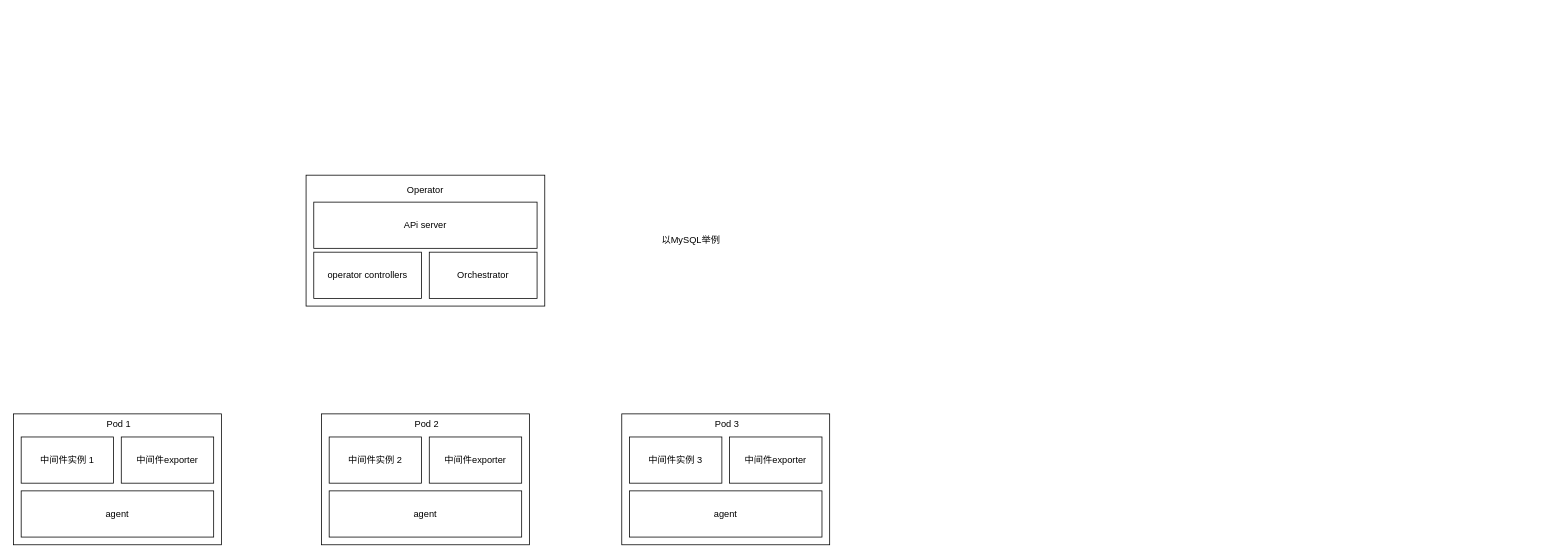
Before: Untitled Diagram.drawio in spiswe/scripts, a draw.io diagram. Source tidied: cells renumbered, new cells numbered last; positions are measured from the earlier drawing's top-left corner, leaving out a move shared by most shapes. Both pictures are drawn from the tidied source at 77%, with x=0, y=0 at pixel (13, 175).
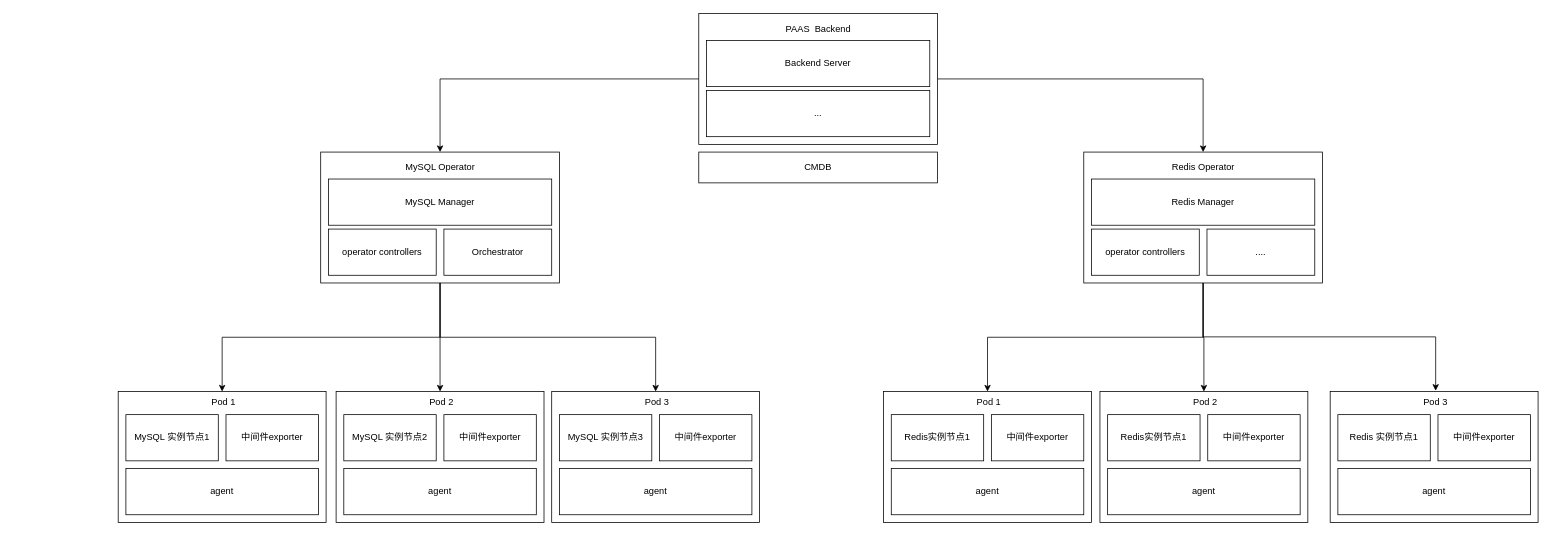
The same diagram, later.

The change refers to these unchanged cells:
```xml
<mxCell id="3" style="rounded=0;whiteSpace=wrap;html=1;" parent="2" vertex="1">
  <mxGeometry y="1" width="270" height="170" as="geometry" />
</mxCell>
<mxCell id="9" style="rounded=0;whiteSpace=wrap;html=1;" parent="8" vertex="1">
  <mxGeometry y="1" width="270" height="170" as="geometry" />
</mxCell>
<mxCell id="15" style="rounded=0;whiteSpace=wrap;html=1;" parent="14" vertex="1">
  <mxGeometry y="1" width="270" height="170" as="geometry" />
</mxCell>
<mxCell id="22" style="rounded=0;whiteSpace=wrap;html=1;" parent="21" vertex="1">
  <mxGeometry width="310" height="170" as="geometry" />
</mxCell>
```

The edit, as a diff of the source:
```diff
@@
     <mxCell id="2" style="group;" parent="1" vertex="1">
-      <mxGeometry y="309" width="270" height="171" as="geometry" />
+      <mxGeometry x="136" y="280" width="270" height="171" as="geometry" />
     </mxCell>
@@
-    <mxCell id="4" value="中间件实例 1" style="rounded=0;whiteSpace=wrap;html=1;" parent="2" vertex="1">
+    <mxCell id="4" value="MySQL 实例节点1" style="rounded=0;whiteSpace=wrap;html=1;" parent="2" vertex="1">
       <mxGeometry x="10" y="31" width="120" height="60" as="geometry" />
     </mxCell>
@@
     <mxCell id="8" style="group;" parent="1" vertex="1">
-      <mxGeometry x="400" y="309" width="270" height="171" as="geometry" />
+      <mxGeometry x="419" y="280" width="270" height="171" as="geometry" />
     </mxCell>
@@
-    <mxCell id="10" value="中间件实例 2" style="rounded=0;whiteSpace=wrap;html=1;" parent="8" vertex="1">
+    <mxCell id="10" value="MySQL 实例节点2" style="rounded=0;whiteSpace=wrap;html=1;" parent="8" vertex="1">
       <mxGeometry x="10" y="31" width="120" height="60" as="geometry" />
     </mxCell>
@@
     <mxCell id="14" style="group;" parent="1" vertex="1">
-      <mxGeometry x="790" y="309" width="270" height="171" as="geometry" />
+      <mxGeometry x="699" y="280" width="270" height="171" as="geometry" />
     </mxCell>
@@
-    <mxCell id="16" value="中间件实例 3" style="rounded=0;whiteSpace=wrap;html=1;" parent="14" vertex="1">
+    <mxCell id="16" value="MySQL 实例节点3" style="rounded=0;whiteSpace=wrap;html=1;" parent="14" vertex="1">
       <mxGeometry x="10" y="31" width="120" height="60" as="geometry" />
     </mxCell>
@@
-    <mxCell id="20" value="以MySQL举例" style="text;html=1;strokeColor=none;fillColor=none;align=center;verticalAlign=middle;whiteSpace=wrap;rounded=0;" parent="1" vertex="1">
-      <mxGeometry x="750" y="70" width="260" height="30" as="geometry" />
-    </mxCell>
     <mxCell id="21" style="group;" parent="1" vertex="1">
-      <mxGeometry x="380" width="310" height="170" as="geometry" />
+      <mxGeometry x="399" y="-30" width="310" height="170" as="geometry" />
     </mxCell>
@@
-    <mxCell id="25" value="APi server" style="rounded=0;whiteSpace=wrap;html=1;" parent="21" vertex="1">
+    <mxCell id="25" value="MySQL Manager" style="rounded=0;whiteSpace=wrap;html=1;" parent="21" vertex="1">
       <mxGeometry x="10" y="35" width="290" height="60" as="geometry" />
     </mxCell>
-    <mxCell id="26" value="Operator" style="text;html=1;strokeColor=none;fillColor=none;align=center;verticalAlign=middle;whiteSpace=wrap;rounded=0;" parent="21" vertex="1">
-      <mxGeometry x="125" y="5" width="60" height="30" as="geometry" />
+    <mxCell id="26" value="MySQL Operator" style="text;html=1;strokeColor=none;fillColor=none;align=center;verticalAlign=middle;whiteSpace=wrap;rounded=0;" parent="21" vertex="1">
+      <mxGeometry x="72.5" y="5" width="165" height="30" as="geometry" />
     </mxCell>
+    <mxCell id="27" style="group;" parent="1" vertex="1">
+      <mxGeometry x="890" y="-210" width="310" height="170" as="geometry" />
+    </mxCell>
+    <mxCell id="28" style="rounded=0;whiteSpace=wrap;html=1;" parent="27" vertex="1">
+      <mxGeometry width="310" height="170" as="geometry" />
+    </mxCell>
+    <mxCell id="29" value="..." style="rounded=0;whiteSpace=wrap;html=1;" parent="27" vertex="1">
+      <mxGeometry x="10" y="100" width="290" height="60" as="geometry" />
+    </mxCell>
+    <mxCell id="30" value="Backend Server" style="rounded=0;whiteSpace=wrap;html=1;" parent="27" vertex="1">
+      <mxGeometry x="10" y="35" width="290" height="60" as="geometry" />
+    </mxCell>
+    <mxCell id="31" value="PAAS &amp;nbsp;Backend" style="text;html=1;strokeColor=none;fillColor=none;align=center;verticalAlign=middle;whiteSpace=wrap;rounded=0;" parent="27" vertex="1">
+      <mxGeometry x="92.5" y="5" width="125" height="30" as="geometry" />
+    </mxCell>
+    <mxCell id="32" style="group;" parent="1" vertex="1">
+      <mxGeometry x="1390" y="-30" width="310" height="170" as="geometry" />
+    </mxCell>
+    <mxCell id="33" style="rounded=0;whiteSpace=wrap;html=1;" parent="32" vertex="1">
+      <mxGeometry width="310" height="170" as="geometry" />
+    </mxCell>
+    <mxCell id="34" value="operator controllers" style="rounded=0;whiteSpace=wrap;html=1;" parent="32" vertex="1">
+      <mxGeometry x="10" y="100" width="140" height="60" as="geometry" />
+    </mxCell>
+    <mxCell id="35" value="...." style="rounded=0;whiteSpace=wrap;html=1;" parent="32" vertex="1">
+      <mxGeometry x="160" y="100" width="140" height="60" as="geometry" />
+    </mxCell>
+    <mxCell id="36" value="Redis Manager" style="rounded=0;whiteSpace=wrap;html=1;" parent="32" vertex="1">
+      <mxGeometry x="10" y="35" width="290" height="60" as="geometry" />
+    </mxCell>
+    <mxCell id="37" value="Redis Operator" style="text;html=1;strokeColor=none;fillColor=none;align=center;verticalAlign=middle;whiteSpace=wrap;rounded=0;" parent="32" vertex="1">
+      <mxGeometry x="97.5" y="5" width="115" height="30" as="geometry" />
+    </mxCell>
+    <mxCell id="38" style="group;" parent="1" vertex="1">
+      <mxGeometry x="1130" y="280" width="270" height="171" as="geometry" />
+    </mxCell>
+    <mxCell id="39" style="rounded=0;whiteSpace=wrap;html=1;" parent="38" vertex="1">
+      <mxGeometry y="1" width="270" height="170" as="geometry" />
+    </mxCell>
+    <mxCell id="40" value="Redis实例节点1" style="rounded=0;whiteSpace=wrap;html=1;" parent="38" vertex="1">
+      <mxGeometry x="10" y="31" width="120" height="60" as="geometry" />
+    </mxCell>
+    <mxCell id="41" value="Pod 1" style="text;html=1;strokeColor=none;fillColor=none;align=center;verticalAlign=middle;whiteSpace=wrap;rounded=0;" parent="38" vertex="1">
+      <mxGeometry x="107" width="60" height="30" as="geometry" />
+    </mxCell>
+    <mxCell id="42" value="中间件exporter" style="rounded=0;whiteSpace=wrap;html=1;" parent="38" vertex="1">
+      <mxGeometry x="140" y="31" width="120" height="60" as="geometry" />
+    </mxCell>
+    <mxCell id="43" value="agent" style="rounded=0;whiteSpace=wrap;html=1;" parent="38" vertex="1">
+      <mxGeometry x="10" y="101" width="250" height="60" as="geometry" />
+    </mxCell>
+    <mxCell id="44" style="group;" parent="1" vertex="1">
+      <mxGeometry x="1411" y="280" width="270" height="171" as="geometry" />
+    </mxCell>
+    <mxCell id="45" style="rounded=0;whiteSpace=wrap;html=1;" parent="44" vertex="1">
+      <mxGeometry y="1" width="270" height="170" as="geometry" />
+    </mxCell>
+    <mxCell id="46" value="Redis实例节点1" style="rounded=0;whiteSpace=wrap;html=1;" parent="44" vertex="1">
+      <mxGeometry x="10" y="31" width="120" height="60" as="geometry" />
+    </mxCell>
+    <mxCell id="47" value="Pod 2" style="text;html=1;strokeColor=none;fillColor=none;align=center;verticalAlign=middle;whiteSpace=wrap;rounded=0;" parent="44" vertex="1">
+      <mxGeometry x="107" width="60" height="30" as="geometry" />
+    </mxCell>
+    <mxCell id="48" value="中间件exporter" style="rounded=0;whiteSpace=wrap;html=1;" parent="44" vertex="1">
+      <mxGeometry x="140" y="31" width="120" height="60" as="geometry" />
+    </mxCell>
+    <mxCell id="49" value="agent" style="rounded=0;whiteSpace=wrap;html=1;" parent="44" vertex="1">
+      <mxGeometry x="10" y="101" width="250" height="60" as="geometry" />
+    </mxCell>
+    <mxCell id="50" style="group;" parent="1" vertex="1">
+      <mxGeometry x="1710" y="280" width="270" height="171" as="geometry" />
+    </mxCell>
+    <mxCell id="51" style="rounded=0;whiteSpace=wrap;html=1;" parent="50" vertex="1">
+      <mxGeometry y="1" width="270" height="170" as="geometry" />
+    </mxCell>
+    <mxCell id="52" value="Redis 实例节点1" style="rounded=0;whiteSpace=wrap;html=1;" parent="50" vertex="1">
+      <mxGeometry x="10" y="31" width="120" height="60" as="geometry" />
+    </mxCell>
+    <mxCell id="53" value="Pod 3" style="text;html=1;strokeColor=none;fillColor=none;align=center;verticalAlign=middle;whiteSpace=wrap;rounded=0;" parent="50" vertex="1">
+      <mxGeometry x="107" width="60" height="30" as="geometry" />
+    </mxCell>
+    <mxCell id="54" value="中间件exporter" style="rounded=0;whiteSpace=wrap;html=1;" parent="50" vertex="1">
+      <mxGeometry x="140" y="31" width="120" height="60" as="geometry" />
+    </mxCell>
+    <mxCell id="55" value="agent" style="rounded=0;whiteSpace=wrap;html=1;" parent="50" vertex="1">
+      <mxGeometry x="10" y="101" width="250" height="60" as="geometry" />
+    </mxCell>
+    <mxCell id="56" value="CMDB" style="rounded=0;whiteSpace=wrap;html=1;" parent="1" vertex="1">
+      <mxGeometry x="890" y="-30" width="310" height="40" as="geometry" />
+    </mxCell>
+    <mxCell id="57" style="edgeStyle=orthogonalEdgeStyle;rounded=0;jettySize=auto;html=1;entryX=0.5;entryY=0;entryDx=0;entryDy=0;" parent="1" edge="1" source="28" target="22">
+      <mxGeometry relative="1" as="geometry" />
+    </mxCell>
+    <mxCell id="58" style="edgeStyle=orthogonalEdgeStyle;rounded=0;jettySize=auto;html=1;exitX=1;exitY=0.5;exitDx=0;exitDy=0;" parent="1" edge="1" source="28" target="33">
+      <mxGeometry relative="1" as="geometry" />
+    </mxCell>
+    <mxCell id="59" style="edgeStyle=orthogonalEdgeStyle;rounded=0;jettySize=auto;html=1;" parent="1" edge="1" source="22" target="3">
+      <mxGeometry relative="1" as="geometry" />
+    </mxCell>
+    <mxCell id="60" style="edgeStyle=orthogonalEdgeStyle;rounded=0;jettySize=auto;html=1;exitX=0.5;exitY=1;exitDx=0;exitDy=0;" parent="1" edge="1" source="22" target="9">
+      <mxGeometry relative="1" as="geometry" />
+    </mxCell>
+    <mxCell id="61" style="edgeStyle=orthogonalEdgeStyle;rounded=0;jettySize=auto;html=1;exitX=0.5;exitY=1;exitDx=0;exitDy=0;" parent="1" edge="1" source="22" target="15">
+      <mxGeometry relative="1" as="geometry" />
+    </mxCell>
+    <mxCell id="62" style="edgeStyle=orthogonalEdgeStyle;rounded=0;jettySize=auto;html=1;exitX=0.5;exitY=1;exitDx=0;exitDy=0;" parent="1" edge="1" source="33" target="39">
+      <mxGeometry relative="1" as="geometry" />
+    </mxCell>
+    <mxCell id="63" style="edgeStyle=orthogonalEdgeStyle;rounded=0;jettySize=auto;html=1;exitX=0.5;exitY=1;exitDx=0;exitDy=0;" parent="1" edge="1" source="33" target="45">
+      <mxGeometry relative="1" as="geometry" />
+    </mxCell>
+    <mxCell id="64" style="edgeStyle=orthogonalEdgeStyle;rounded=0;jettySize=auto;html=1;entryX=0.5;entryY=0;entryDx=0;entryDy=0;" parent="1" edge="1" target="53">
+      <mxGeometry relative="1" as="geometry">
+        <mxPoint x="1545" y="140" as="sourcePoint" />
+        <Array as="points">
+          <mxPoint x="1545" y="210" />
+          <mxPoint x="1847" y="210" />
+        </Array>
+      </mxGeometry>
+    </mxCell>
```
